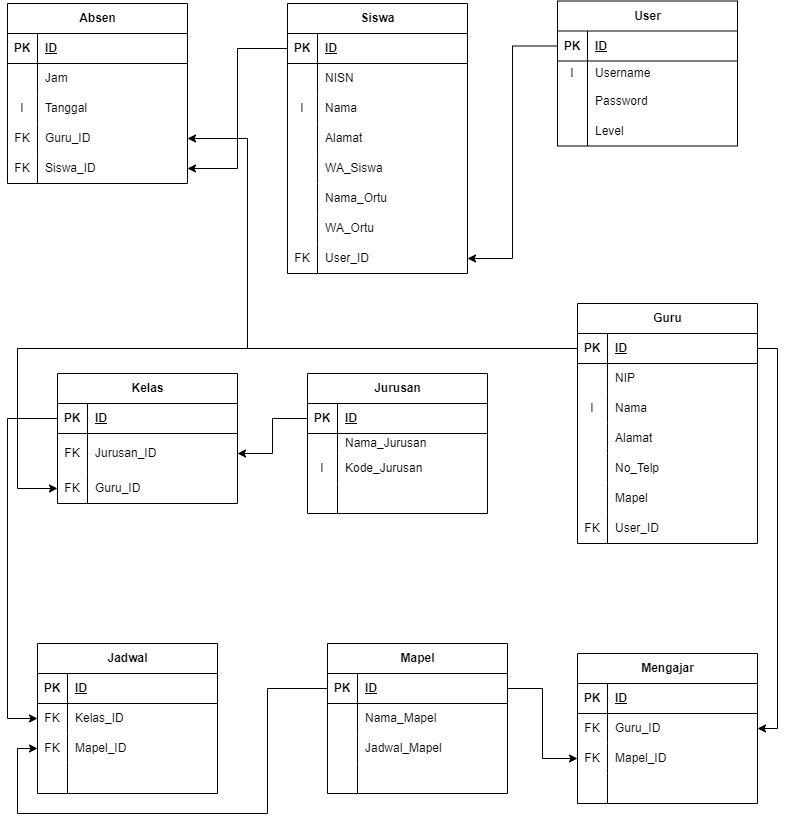
Earlier version of the draw.io export database-design.png (rizaru22/absensi-siswa). Source tidied: cells renumbered, new cells last; positions are measured from the earlier drawing's top-left corner, leaving out a move shared by most shapes.
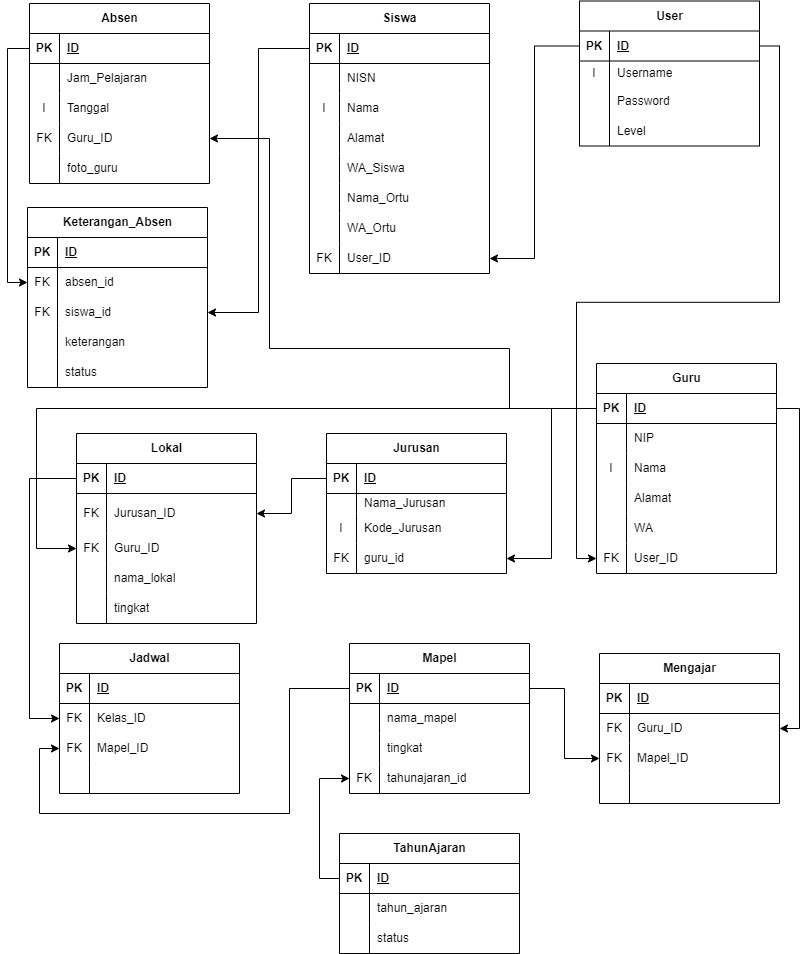
The same file after the commit.

Diff of the diagram source:
```diff
@@ -5,3 +5,3 @@
     <mxCell id="2" value="Guru" style="shape=table;startSize=30;rowLines=0;fontStyle=1;align=center;html=1;" parent="1" vertex="1">
-      <mxGeometry x="570" y="302" width="180" height="240" as="geometry" />
+      <mxGeometry x="567" y="362" width="180" height="210" as="geometry" />
     </mxCell>
@@ -49,16 +49,7 @@
     </mxCell>
-    <mxCell id="17" value="No_Telp" style="shape=partialRectangle;fillColor=none;top=0;left=0;bottom=0;right=0;align=left;spacingLeft=6;overflow=hidden;whiteSpace=wrap;html=1;" parent="15" vertex="1">
+    <mxCell id="17" value="WA" style="shape=partialRectangle;fillColor=none;top=0;left=0;bottom=0;right=0;align=left;spacingLeft=6;overflow=hidden;whiteSpace=wrap;html=1;" parent="15" vertex="1">
       <mxGeometry x="30" width="150" height="30" as="geometry" />
     </mxCell>
-    <mxCell id="18" style="shape=tableRow;horizontal=0;startSize=0;swimlaneHead=0;swimlaneBody=0;fillColor=none;top=0;left=0;right=0;bottom=0;" parent="2" vertex="1">
-      <mxGeometry y="180" width="180" height="30" as="geometry" />
-    </mxCell>
-    <mxCell id="19" style="shape=partialRectangle;fillColor=none;top=0;left=0;bottom=0;right=0;overflow=hidden;whiteSpace=wrap;html=1;" parent="18" vertex="1">
-      <mxGeometry width="30" height="30" as="geometry" />
-    </mxCell>
-    <mxCell id="20" value="Mapel" style="shape=partialRectangle;fillColor=none;top=0;left=0;bottom=0;right=0;align=left;spacingLeft=6;overflow=hidden;whiteSpace=wrap;html=1;" parent="18" vertex="1">
-      <mxGeometry x="30" width="150" height="30" as="geometry" />
-    </mxCell>
     <mxCell id="21" style="shape=tableRow;horizontal=0;startSize=0;swimlaneHead=0;swimlaneBody=0;fillColor=none;points=[[0,0.5],[1,0.5]];portConstraint=eastwest;top=0;left=0;right=0;bottom=0;" parent="2" vertex="1">
-      <mxGeometry y="210" width="180" height="30" as="geometry" />
+      <mxGeometry y="180" width="180" height="30" as="geometry" />
     </mxCell>
@@ -145,4 +136,4 @@
     </mxCell>
-    <mxCell id="49" value="Kelas" style="shape=table;startSize=30;rowLines=0;fontStyle=1;align=center;html=1;" parent="1" vertex="1">
-      <mxGeometry x="50" y="372" width="180" height="130" as="geometry" />
+    <mxCell id="49" value="Lokal" style="shape=table;startSize=30;rowLines=0;fontStyle=1;align=center;html=1;" parent="1" vertex="1">
+      <mxGeometry x="47" y="432" width="180" height="190" as="geometry" />
     </mxCell>
@@ -175,4 +166,22 @@
     </mxCell>
+    <mxCell id="149" style="shape=tableRow;horizontal=0;startSize=0;swimlaneHead=0;swimlaneBody=0;fillColor=none;top=0;left=0;right=0;bottom=0;" parent="49" vertex="1">
+      <mxGeometry y="130" width="180" height="30" as="geometry" />
+    </mxCell>
+    <mxCell id="150" style="shape=partialRectangle;fillColor=none;top=0;left=0;bottom=0;right=0;overflow=hidden;whiteSpace=wrap;html=1;" parent="149" vertex="1">
+      <mxGeometry width="30" height="30" as="geometry" />
+    </mxCell>
+    <mxCell id="151" value="nama_lokal" style="shape=partialRectangle;fillColor=none;top=0;left=0;bottom=0;right=0;align=left;spacingLeft=6;overflow=hidden;whiteSpace=wrap;html=1;" parent="149" vertex="1">
+      <mxGeometry x="30" width="150" height="30" as="geometry" />
+    </mxCell>
+    <mxCell id="152" style="shape=tableRow;horizontal=0;startSize=0;swimlaneHead=0;swimlaneBody=0;fillColor=none;top=0;left=0;right=0;bottom=0;" parent="49" vertex="1">
+      <mxGeometry y="160" width="180" height="30" as="geometry" />
+    </mxCell>
+    <mxCell id="153" style="shape=partialRectangle;fillColor=none;top=0;left=0;bottom=0;right=0;overflow=hidden;whiteSpace=wrap;html=1;" parent="152" vertex="1">
+      <mxGeometry width="30" height="30" as="geometry" />
+    </mxCell>
+    <mxCell id="154" value="tingkat" style="shape=partialRectangle;fillColor=none;top=0;left=0;bottom=0;right=0;align=left;spacingLeft=6;overflow=hidden;whiteSpace=wrap;html=1;" parent="152" vertex="1">
+      <mxGeometry x="30" width="150" height="30" as="geometry" />
+    </mxCell>
     <mxCell id="59" value="Jurusan" style="shape=table;startSize=30;rowLines=0;fontStyle=1;align=center;html=1;" parent="1" vertex="1">
-      <mxGeometry x="300" y="372" width="180" height="140" as="geometry" />
+      <mxGeometry x="297" y="432" width="180" height="140" as="geometry" />
     </mxCell>
@@ -208,6 +217,6 @@
     </mxCell>
-    <mxCell id="70" style="shape=partialRectangle;fillColor=none;top=0;left=0;bottom=0;right=0;overflow=hidden;whiteSpace=wrap;html=1;" parent="69" vertex="1">
+    <mxCell id="70" value="FK" style="shape=partialRectangle;fillColor=none;top=0;left=0;bottom=0;right=0;overflow=hidden;whiteSpace=wrap;html=1;" parent="69" vertex="1">
       <mxGeometry width="30" height="30" as="geometry" />
     </mxCell>
-    <mxCell id="71" style="shape=partialRectangle;fillColor=none;top=0;left=0;bottom=0;right=0;align=left;spacingLeft=6;overflow=hidden;whiteSpace=wrap;html=1;" parent="69" vertex="1">
+    <mxCell id="71" value="guru_id" style="shape=partialRectangle;fillColor=none;top=0;left=0;bottom=0;right=0;align=left;spacingLeft=6;overflow=hidden;whiteSpace=wrap;html=1;" parent="69" vertex="1">
       <mxGeometry x="30" width="150" height="30" as="geometry" />
@@ -232,3 +241,3 @@
     </mxCell>
-    <mxCell id="78" value="Nama_Mapel" style="shape=partialRectangle;fillColor=none;top=0;left=0;bottom=0;right=0;align=left;spacingLeft=6;overflow=hidden;whiteSpace=wrap;html=1;" parent="76" vertex="1">
+    <mxCell id="78" value="nama_mapel" style="shape=partialRectangle;fillColor=none;top=0;left=0;bottom=0;right=0;align=left;spacingLeft=6;overflow=hidden;whiteSpace=wrap;html=1;" parent="76" vertex="1">
       <mxGeometry x="30" width="150" height="30" as="geometry" />
@@ -241,14 +250,14 @@
     </mxCell>
-    <mxCell id="81" value="Jadwal_Mapel" style="shape=partialRectangle;fillColor=none;top=0;left=0;bottom=0;right=0;align=left;spacingLeft=6;overflow=hidden;whiteSpace=wrap;html=1;" parent="79" vertex="1">
+    <mxCell id="81" value="tingkat" style="shape=partialRectangle;fillColor=none;top=0;left=0;bottom=0;right=0;align=left;spacingLeft=6;overflow=hidden;whiteSpace=wrap;html=1;" parent="79" vertex="1">
       <mxGeometry x="30" width="150" height="30" as="geometry" />
     </mxCell>
-    <mxCell id="82" style="shape=tableRow;horizontal=0;startSize=0;swimlaneHead=0;swimlaneBody=0;fillColor=none;top=0;left=0;right=0;bottom=0;" parent="72" vertex="1">
-      <mxGeometry y="120" width="180" height="30" as="geometry" />
-    </mxCell>
-    <mxCell id="83" style="shape=partialRectangle;fillColor=none;top=0;left=0;bottom=0;right=0;overflow=hidden;whiteSpace=wrap;html=1;" parent="82" vertex="1">
-      <mxGeometry width="30" height="30" as="geometry" />
-    </mxCell>
-    <mxCell id="84" style="shape=partialRectangle;fillColor=none;top=0;left=0;bottom=0;right=0;align=left;spacingLeft=6;overflow=hidden;whiteSpace=wrap;html=1;" parent="82" vertex="1">
-      <mxGeometry x="30" width="150" height="30" as="geometry" />
-    </mxCell>
+    <mxCell id="155" style="shape=tableRow;horizontal=0;startSize=0;swimlaneHead=0;swimlaneBody=0;fillColor=none;points=[[0,0.5],[1,0.5]];portConstraint=eastwest;top=0;left=0;right=0;bottom=0;" parent="72" vertex="1">
+      <mxGeometry y="120" width="180" height="30" as="geometry" />
+    </mxCell>
+    <mxCell id="156" value="FK" style="shape=partialRectangle;fillColor=none;top=0;left=0;bottom=0;right=0;overflow=hidden;whiteSpace=wrap;html=1;" parent="155" vertex="1">
+      <mxGeometry width="30" height="30" as="geometry" />
+    </mxCell>
+    <mxCell id="157" value="tahunajaran_id" style="shape=partialRectangle;fillColor=none;top=0;left=0;bottom=0;right=0;align=left;spacingLeft=6;overflow=hidden;whiteSpace=wrap;html=1;" parent="155" vertex="1">
+      <mxGeometry x="30" width="150" height="30" as="geometry" />
+    </mxCell>
     <mxCell id="85" value="Absen" style="shape=table;startSize=30;rowLines=0;fontStyle=1;align=center;html=1;" parent="1" vertex="1">
@@ -271,3 +280,3 @@
     </mxCell>
-    <mxCell id="91" value="Jam" style="shape=partialRectangle;fillColor=none;top=0;left=0;bottom=0;right=0;align=left;spacingLeft=6;overflow=hidden;whiteSpace=wrap;html=1;" parent="89" vertex="1">
+    <mxCell id="91" value="Jam_Pelajaran" style="shape=partialRectangle;fillColor=none;top=0;left=0;bottom=0;right=0;align=left;spacingLeft=6;overflow=hidden;whiteSpace=wrap;html=1;" parent="89" vertex="1">
       <mxGeometry x="30" width="150" height="30" as="geometry" />
@@ -286,17 +295,17 @@
     </mxCell>
-    <mxCell id="96" value="FK" style="shape=partialRectangle;fillColor=none;top=0;left=0;bottom=0;right=0;overflow=hidden;whiteSpace=wrap;html=1;" parent="95" vertex="1">
+    <mxCell id="96" style="shape=partialRectangle;fillColor=none;top=0;left=0;bottom=0;right=0;overflow=hidden;whiteSpace=wrap;html=1;" parent="95" vertex="1">
       <mxGeometry width="30" height="30" as="geometry" />
     </mxCell>
-    <mxCell id="97" value="Guru_ID" style="shape=partialRectangle;fillColor=none;top=0;left=0;bottom=0;right=0;align=left;spacingLeft=6;overflow=hidden;whiteSpace=wrap;html=1;" parent="95" vertex="1">
+    <mxCell id="97" style="shape=partialRectangle;fillColor=none;top=0;left=0;bottom=0;right=0;align=left;spacingLeft=6;overflow=hidden;whiteSpace=wrap;html=1;" parent="95" vertex="1">
       <mxGeometry x="30" width="150" height="30" as="geometry" />
     </mxCell>
-    <mxCell id="98" style="shape=tableRow;horizontal=0;startSize=0;swimlaneHead=0;swimlaneBody=0;fillColor=none;points=[[0,0.5],[1,0.5]];portConstraint=eastwest;top=0;left=0;right=0;bottom=0;" parent="85" vertex="1">
-      <mxGeometry y="150" width="180" height="30" as="geometry" />
-    </mxCell>
-    <mxCell id="99" value="FK" style="shape=partialRectangle;fillColor=none;top=0;left=0;bottom=0;right=0;overflow=hidden;whiteSpace=wrap;html=1;" parent="98" vertex="1">
-      <mxGeometry width="30" height="30" as="geometry" />
-    </mxCell>
-    <mxCell id="100" value="Siswa_ID" style="shape=partialRectangle;fillColor=none;top=0;left=0;bottom=0;right=0;align=left;spacingLeft=6;overflow=hidden;whiteSpace=wrap;html=1;" parent="98" vertex="1">
-      <mxGeometry x="30" width="150" height="30" as="geometry" />
-    </mxCell>
+    <mxCell id="158" style="shape=tableRow;horizontal=0;startSize=0;swimlaneHead=0;swimlaneBody=0;fillColor=none;top=0;left=0;right=0;bottom=0;" parent="85" vertex="1">
+      <mxGeometry y="150" width="180" height="30" as="geometry" />
+    </mxCell>
+    <mxCell id="159" style="shape=partialRectangle;fillColor=none;top=0;left=0;bottom=0;right=0;overflow=hidden;whiteSpace=wrap;html=1;" parent="158" vertex="1">
+      <mxGeometry width="30" height="30" as="geometry" />
+    </mxCell>
+    <mxCell id="160" value="foto_guru" style="shape=partialRectangle;fillColor=none;top=0;left=0;bottom=0;right=0;align=left;spacingLeft=6;overflow=hidden;whiteSpace=wrap;html=1;" parent="158" vertex="1">
+      <mxGeometry x="30" width="150" height="30" as="geometry" />
+    </mxCell>
     <mxCell id="101" value="Mengajar" style="shape=table;startSize=30;rowLines=0;fontStyle=1;align=center;html=1;" parent="1" vertex="1">
@@ -379,5 +388,2 @@
     </mxCell>
-    <mxCell id="127" style="edgeStyle=orthogonalEdgeStyle;rounded=0;jettySize=auto;html=1;" parent="1" edge="1" source="25" target="98">
-      <mxGeometry relative="1" as="geometry" />
-    </mxCell>
     <mxCell id="128" value="User" style="shape=table;startSize=30;rowLines=0;fontStyle=1;align=center;html=1;" parent="1" vertex="1">
@@ -430,4 +436,4 @@
         <Array as="points">
-          <mxPoint x="10" y="347" />
-          <mxPoint x="10" y="487" />
+          <mxPoint x="7" y="407" />
+          <mxPoint x="7" y="547" />
         </Array>
@@ -438,3 +444,3 @@
         <Array as="points">
-          <mxPoint y="417" />
+          <mxPoint y="477" />
           <mxPoint y="717" />
@@ -459,3 +465,3 @@
         <Array as="points">
-          <mxPoint x="770" y="347" />
+          <mxPoint x="770" y="407" />
           <mxPoint x="770" y="727" />
@@ -467,2 +473,4 @@
         <Array as="points">
+          <mxPoint x="480" y="407" />
+          <mxPoint x="480" y="347" />
           <mxPoint x="240" y="347" />
@@ -472,2 +480,101 @@
     </mxCell>
+    <mxCell id="161" value="FK" style="shape=partialRectangle;fillColor=none;top=0;left=0;bottom=0;right=0;overflow=hidden;whiteSpace=wrap;html=1;" parent="1" vertex="1">
+      <mxGeometry y="122" width="30" height="30" as="geometry" />
+    </mxCell>
+    <mxCell id="162" value="Guru_ID" style="shape=partialRectangle;fillColor=none;top=0;left=0;bottom=0;right=0;align=left;spacingLeft=6;overflow=hidden;whiteSpace=wrap;html=1;" parent="1" vertex="1">
+      <mxGeometry x="30" y="122" width="150" height="30" as="geometry" />
+    </mxCell>
+    <mxCell id="163" value="Keterangan_Absen" style="shape=table;startSize=30;rowLines=0;fontStyle=1;align=center;html=1;" parent="1" vertex="1">
+      <mxGeometry x="-2" y="206" width="180" height="180" as="geometry" />
+    </mxCell>
+    <mxCell id="164" style="shape=tableRow;horizontal=0;startSize=0;swimlaneHead=0;swimlaneBody=0;fillColor=none;top=0;left=0;right=0;bottom=1;" parent="163" vertex="1">
+      <mxGeometry y="30" width="180" height="30" as="geometry" />
+    </mxCell>
+    <mxCell id="165" value="PK" style="shape=partialRectangle;fillColor=none;top=0;left=0;bottom=0;right=0;fontStyle=1;overflow=hidden;whiteSpace=wrap;html=1;" parent="164" vertex="1">
+      <mxGeometry width="30" height="30" as="geometry" />
+    </mxCell>
+    <mxCell id="166" value="ID" style="shape=partialRectangle;fillColor=none;top=0;left=0;bottom=0;right=0;align=left;spacingLeft=6;fontStyle=5;overflow=hidden;whiteSpace=wrap;html=1;" parent="164" vertex="1">
+      <mxGeometry x="30" width="150" height="30" as="geometry" />
+    </mxCell>
+    <mxCell id="167" style="shape=tableRow;horizontal=0;startSize=0;swimlaneHead=0;swimlaneBody=0;fillColor=none;points=[[0,0.5],[1,0.5]];portConstraint=eastwest;top=0;left=0;right=0;bottom=0;" parent="163" vertex="1">
+      <mxGeometry y="60" width="180" height="30" as="geometry" />
+    </mxCell>
+    <mxCell id="168" value="FK" style="shape=partialRectangle;fillColor=none;top=0;left=0;bottom=0;right=0;overflow=hidden;whiteSpace=wrap;html=1;" parent="167" vertex="1">
+      <mxGeometry width="30" height="30" as="geometry" />
+    </mxCell>
+    <mxCell id="169" value="absen_id" style="shape=partialRectangle;fillColor=none;top=0;left=0;bottom=0;right=0;align=left;spacingLeft=6;overflow=hidden;whiteSpace=wrap;html=1;" parent="167" vertex="1">
+      <mxGeometry x="30" width="150" height="30" as="geometry" />
+    </mxCell>
+    <mxCell id="170" style="shape=tableRow;horizontal=0;startSize=0;swimlaneHead=0;swimlaneBody=0;fillColor=none;points=[[0,0.5],[1,0.5]];portConstraint=eastwest;top=0;left=0;right=0;bottom=0;" parent="163" vertex="1">
+      <mxGeometry y="90" width="180" height="30" as="geometry" />
+    </mxCell>
+    <mxCell id="171" value="FK" style="shape=partialRectangle;fillColor=none;top=0;left=0;bottom=0;right=0;overflow=hidden;whiteSpace=wrap;html=1;" parent="170" vertex="1">
+      <mxGeometry width="30" height="30" as="geometry" />
+    </mxCell>
+    <mxCell id="172" value="siswa_id" style="shape=partialRectangle;fillColor=none;top=0;left=0;bottom=0;right=0;align=left;spacingLeft=6;overflow=hidden;whiteSpace=wrap;html=1;" parent="170" vertex="1">
+      <mxGeometry x="30" width="150" height="30" as="geometry" />
+    </mxCell>
+    <mxCell id="173" style="shape=tableRow;horizontal=0;startSize=0;swimlaneHead=0;swimlaneBody=0;fillColor=none;top=0;left=0;right=0;bottom=0;" parent="163" vertex="1">
+      <mxGeometry y="120" width="180" height="30" as="geometry" />
+    </mxCell>
+    <mxCell id="174" style="shape=partialRectangle;fillColor=none;top=0;left=0;bottom=0;right=0;overflow=hidden;whiteSpace=wrap;html=1;" parent="173" vertex="1">
+      <mxGeometry width="30" height="30" as="geometry" />
+    </mxCell>
+    <mxCell id="175" value="keterangan" style="shape=partialRectangle;fillColor=none;top=0;left=0;bottom=0;right=0;align=left;spacingLeft=6;overflow=hidden;whiteSpace=wrap;html=1;" parent="173" vertex="1">
+      <mxGeometry x="30" width="150" height="30" as="geometry" />
+    </mxCell>
+    <mxCell id="176" style="shape=tableRow;horizontal=0;startSize=0;swimlaneHead=0;swimlaneBody=0;fillColor=none;top=0;left=0;right=0;bottom=0;" parent="163" vertex="1">
+      <mxGeometry y="150" width="180" height="30" as="geometry" />
+    </mxCell>
+    <mxCell id="177" style="shape=partialRectangle;fillColor=none;top=0;left=0;bottom=0;right=0;overflow=hidden;whiteSpace=wrap;html=1;" parent="176" vertex="1">
+      <mxGeometry width="30" height="30" as="geometry" />
+    </mxCell>
+    <mxCell id="178" value="status" style="shape=partialRectangle;fillColor=none;top=0;left=0;bottom=0;right=0;align=left;spacingLeft=6;overflow=hidden;whiteSpace=wrap;html=1;" parent="176" vertex="1">
+      <mxGeometry x="30" width="150" height="30" as="geometry" />
+    </mxCell>
+    <mxCell id="179" style="edgeStyle=orthogonalEdgeStyle;rounded=0;jettySize=auto;html=1;" parent="1" edge="1" source="25" target="170">
+      <mxGeometry relative="1" as="geometry" />
+    </mxCell>
+    <mxCell id="180" style="edgeStyle=orthogonalEdgeStyle;rounded=0;jettySize=auto;html=1;exitX=0;exitY=0.5;exitDx=0;exitDy=0;entryX=0;entryY=0.5;entryDx=0;entryDy=0;" parent="1" edge="1" source="86" target="167">
+      <mxGeometry relative="1" as="geometry" />
+    </mxCell>
+    <mxCell id="181" style="edgeStyle=orthogonalEdgeStyle;rounded=0;jettySize=auto;html=1;exitX=1;exitY=0.5;exitDx=0;exitDy=0;entryX=0;entryY=0.5;entryDx=0;entryDy=0;" parent="1" edge="1" source="129" target="21">
+      <mxGeometry relative="1" as="geometry" />
+    </mxCell>
+    <mxCell id="182" style="edgeStyle=orthogonalEdgeStyle;rounded=0;jettySize=auto;html=1;entryX=1;entryY=0.5;entryDx=0;entryDy=0;" parent="1" edge="1" source="3" target="69">
+      <mxGeometry relative="1" as="geometry" />
+    </mxCell>
+    <mxCell id="183" value="TahunAjaran" style="shape=table;startSize=30;rowLines=0;fontStyle=1;align=center;html=1;" parent="1" vertex="1">
+      <mxGeometry x="310" y="832" width="180" height="120" as="geometry" />
+    </mxCell>
+    <mxCell id="184" style="shape=tableRow;horizontal=0;startSize=0;swimlaneHead=0;swimlaneBody=0;fillColor=none;points=[[0,0.5],[1,0.5]];portConstraint=eastwest;top=0;left=0;right=0;bottom=1;" parent="183" vertex="1">
+      <mxGeometry y="30" width="180" height="30" as="geometry" />
+    </mxCell>
+    <mxCell id="185" value="PK" style="shape=partialRectangle;fillColor=none;top=0;left=0;bottom=0;right=0;fontStyle=1;overflow=hidden;whiteSpace=wrap;html=1;" parent="184" vertex="1">
+      <mxGeometry width="30" height="30" as="geometry" />
+    </mxCell>
+    <mxCell id="186" value="ID" style="shape=partialRectangle;fillColor=none;top=0;left=0;bottom=0;right=0;align=left;spacingLeft=6;fontStyle=5;overflow=hidden;whiteSpace=wrap;html=1;" parent="184" vertex="1">
+      <mxGeometry x="30" width="150" height="30" as="geometry" />
+    </mxCell>
+    <mxCell id="187" style="shape=tableRow;horizontal=0;startSize=0;swimlaneHead=0;swimlaneBody=0;fillColor=none;top=0;left=0;right=0;bottom=0;" parent="183" vertex="1">
+      <mxGeometry y="60" width="180" height="30" as="geometry" />
+    </mxCell>
+    <mxCell id="188" style="shape=partialRectangle;fillColor=none;top=0;left=0;bottom=0;right=0;overflow=hidden;whiteSpace=wrap;html=1;" parent="187" vertex="1">
+      <mxGeometry width="30" height="30" as="geometry" />
+    </mxCell>
+    <mxCell id="189" value="tahun_ajaran" style="shape=partialRectangle;fillColor=none;top=0;left=0;bottom=0;right=0;align=left;spacingLeft=6;overflow=hidden;whiteSpace=wrap;html=1;" parent="187" vertex="1">
+      <mxGeometry x="30" width="150" height="30" as="geometry" />
+    </mxCell>
+    <mxCell id="190" style="shape=tableRow;horizontal=0;startSize=0;swimlaneHead=0;swimlaneBody=0;fillColor=none;top=0;left=0;right=0;bottom=0;" parent="183" vertex="1">
+      <mxGeometry y="90" width="180" height="30" as="geometry" />
+    </mxCell>
+    <mxCell id="191" style="shape=partialRectangle;fillColor=none;top=0;left=0;bottom=0;right=0;overflow=hidden;whiteSpace=wrap;html=1;" parent="190" vertex="1">
+      <mxGeometry width="30" height="30" as="geometry" />
+    </mxCell>
+    <mxCell id="192" value="status" style="shape=partialRectangle;fillColor=none;top=0;left=0;bottom=0;right=0;align=left;spacingLeft=6;overflow=hidden;whiteSpace=wrap;html=1;" parent="190" vertex="1">
+      <mxGeometry x="30" width="150" height="30" as="geometry" />
+    </mxCell>
+    <mxCell id="193" style="edgeStyle=orthogonalEdgeStyle;rounded=0;jettySize=auto;html=1;exitX=0;exitY=0.5;exitDx=0;exitDy=0;" parent="1" edge="1" source="184" target="155">
+      <mxGeometry relative="1" as="geometry" />
+    </mxCell>
   </root>
```
